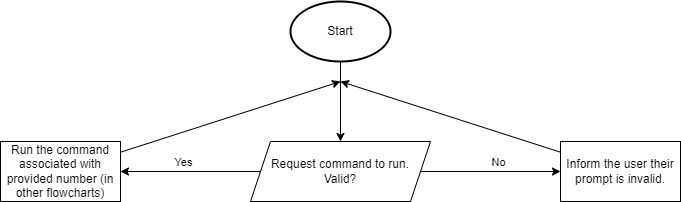
Above: flowcharts/index.drawio.png in iiRealisticDev/unit4tournamentapp (draw.io), before the change. Source tidied: cells renumbered, new cells last; positions are measured from the earlier drawing's top-left corner, leaving out a move shared by most shapes.
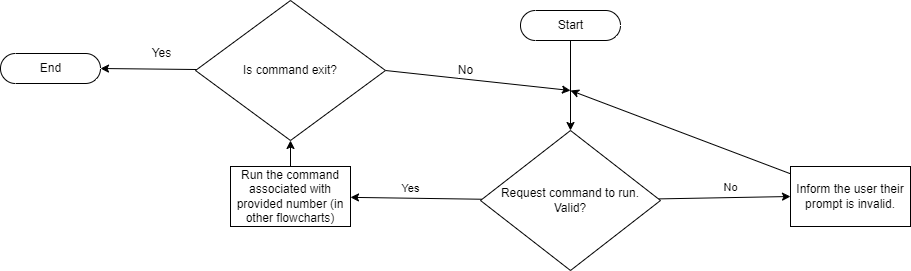
Above is the later version.

Diff of the diagram source:
```diff
@@ -5,8 +5,8 @@
     <mxCell id="2" style="edgeStyle=none;html=1;" parent="1" edge="1" source="3" target="8">
       <mxGeometry relative="1" as="geometry" />
     </mxCell>
-    <mxCell id="3" value="Start" style="strokeWidth=2;html=1;shape=mxgraph.flowchart.start_1;whiteSpace=wrap;" parent="1" vertex="1">
-      <mxGeometry x="290" width="100" height="60" as="geometry" />
+    <mxCell id="3" value="Start" style="html=1;dashed=0;whitespace=wrap;shape=mxgraph.dfd.start;strokeColor=default;fontFamily=Helvetica;fontSize=12;fontColor=default;fillColor=default;" parent="1" vertex="1">
+      <mxGeometry x="290" width="100" height="30" as="geometry" />
     </mxCell>
     <mxCell id="4" style="edgeStyle=none;html=1;" parent="1" edge="1" source="8" target="10">
       <mxGeometry relative="1" as="geometry" />
@@ -24,16 +24,14 @@
         <mxPoint x="-11" y="-10" as="offset" />
       </mxGeometry>
     </mxCell>
-    <mxCell id="8" value="Request command to run.&lt;br&gt;Valid?" style="shape=parallelogram;perimeter=parallelogramPerimeter;whiteSpace=wrap;html=1;fixedSize=1;" parent="1" vertex="1">
-      <mxGeometry x="250" y="140" width="180" height="60" as="geometry" />
+    <mxCell id="8" value="Request command to run.&lt;br&gt;Valid?" style="rhombus;whiteSpace=wrap;html=1;strokeColor=default;fontFamily=Helvetica;fontSize=12;fontColor=default;fillColor=default;" parent="1" vertex="1">
+      <mxGeometry x="250" y="120" width="180" height="140" as="geometry" />
     </mxCell>
-    <mxCell id="9" style="edgeStyle=none;html=1;" parent="1" edge="1" source="10">
-      <mxGeometry relative="1" as="geometry">
-        <mxPoint x="340" y="80" as="targetPoint" />
-      </mxGeometry>
-    </mxCell>
+    <mxCell id="13" style="edgeStyle=none;html=1;fontFamily=Helvetica;fontSize=12;fontColor=default;entryX=0.5;entryY=1;entryDx=0;entryDy=0;" parent="1" edge="1" source="10" target="18">
+      <mxGeometry relative="1" as="geometry" />
+    </mxCell>
     <mxCell id="10" value="Run the command associated with provided number (in other flowcharts)" style="rounded=0;whiteSpace=wrap;html=1;" parent="1" vertex="1">
-      <mxGeometry y="140" width="120" height="60" as="geometry" />
+      <mxGeometry y="156" width="120" height="60" as="geometry" />
     </mxCell>
     <mxCell id="11" style="edgeStyle=none;html=1;" parent="1" edge="1" source="12">
       <mxGeometry relative="1" as="geometry">
@@ -41,7 +39,31 @@
       </mxGeometry>
     </mxCell>
     <mxCell id="12" value="Inform the user their prompt is invalid." style="rounded=0;whiteSpace=wrap;html=1;" parent="1" vertex="1">
-      <mxGeometry x="560" y="140" width="120" height="60" as="geometry" />
+      <mxGeometry x="560" y="156" width="120" height="60" as="geometry" />
     </mxCell>
+    <mxCell id="14" style="edgeStyle=none;html=1;fontFamily=Helvetica;fontSize=12;fontColor=default;exitX=1;exitY=0.5;exitDx=0;exitDy=0;" parent="1" edge="1" source="18">
+      <mxGeometry relative="1" as="geometry">
+        <mxPoint x="340" y="80" as="targetPoint" />
+      </mxGeometry>
+    </mxCell>
+    <mxCell id="15" value="No" style="edgeLabel;html=1;align=center;verticalAlign=middle;fontSize=12;fontFamily=Helvetica;fontColor=default;" parent="14" vertex="1">
+      <mxGeometry x="-0.14" y="-2" relative="1" as="geometry">
+        <mxPoint y="-11" as="offset" />
+      </mxGeometry>
+    </mxCell>
+    <mxCell id="16" style="edgeStyle=none;html=1;fontFamily=Helvetica;fontSize=12;fontColor=default;entryX=1;entryY=0.5;entryDx=0;entryDy=0;entryPerimeter=0;" parent="1" edge="1" source="18" target="19">
+      <mxGeometry relative="1" as="geometry" />
+    </mxCell>
+    <mxCell id="17" value="Yes" style="edgeLabel;html=1;align=center;verticalAlign=middle;fontSize=12;fontFamily=Helvetica;fontColor=default;" parent="16" vertex="1">
+      <mxGeometry x="-0.35" y="-2" relative="1" as="geometry">
+        <mxPoint x="-5" y="-14" as="offset" />
+      </mxGeometry>
+    </mxCell>
+    <mxCell id="18" value="Is command exit?" style="rhombus;whiteSpace=wrap;html=1;strokeColor=default;fontFamily=Helvetica;fontSize=12;fontColor=default;fillColor=default;" parent="1" vertex="1">
+      <mxGeometry x="-35" y="-10" width="190" height="140" as="geometry" />
+    </mxCell>
+    <mxCell id="19" value="End" style="html=1;dashed=0;whitespace=wrap;shape=mxgraph.dfd.start;strokeColor=default;fontFamily=Helvetica;fontSize=12;fontColor=default;fillColor=default;" parent="1" vertex="1">
+      <mxGeometry x="-230" y="43" width="100" height="30" as="geometry" />
+    </mxCell>
   </root>
 </mxGraphModel>
```
